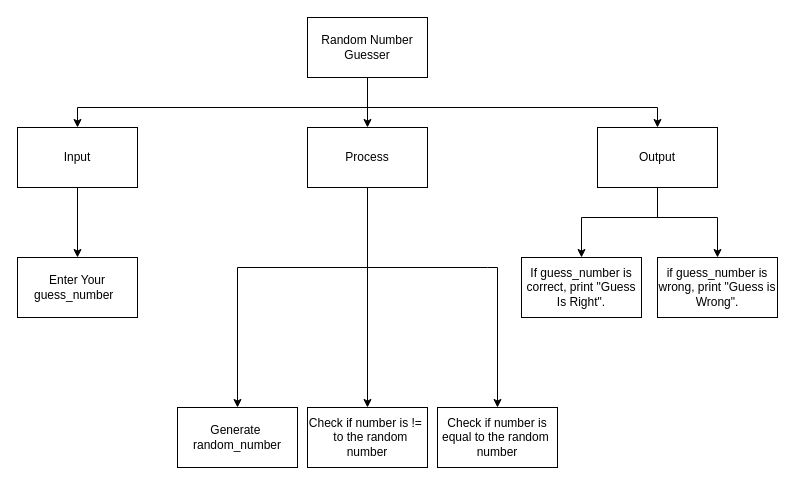
The draw.io diagram TopDown.Drawio in JacksonNaufal/ICS3U-Unit3-03-Python, before the edit. Source tidied: cells renumbered, new cells numbered last; positions are measured from the earlier drawing's top-left corner, leaving out a move shared by most shapes. Both pictures are drawn from the tidied source at 100%, with x=0, y=0 at pixel (17, 17).
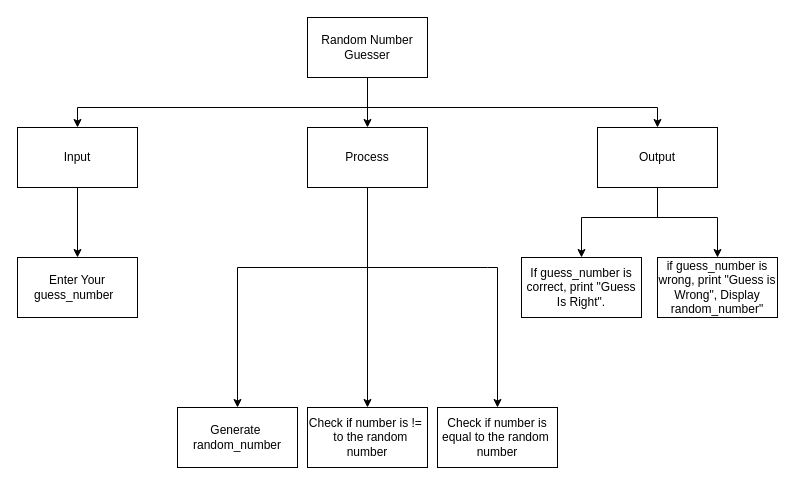
Above is the later version.

Diff of the diagram source:
```diff
@@
-    <mxCell id="20" value="if guess_number is wrong, print &quot;Guess is Wrong&quot;." style="rounded=0;whiteSpace=wrap;html=1;" parent="1" vertex="1">
+    <mxCell id="20" value="if guess_number is wrong, print &quot;Guess is Wrong&quot;, Display random_number&quot;" style="rounded=0;whiteSpace=wrap;html=1;" parent="1" vertex="1">
       <mxGeometry x="640" y="240" width="120" height="60" as="geometry" />
     </mxCell>
```
